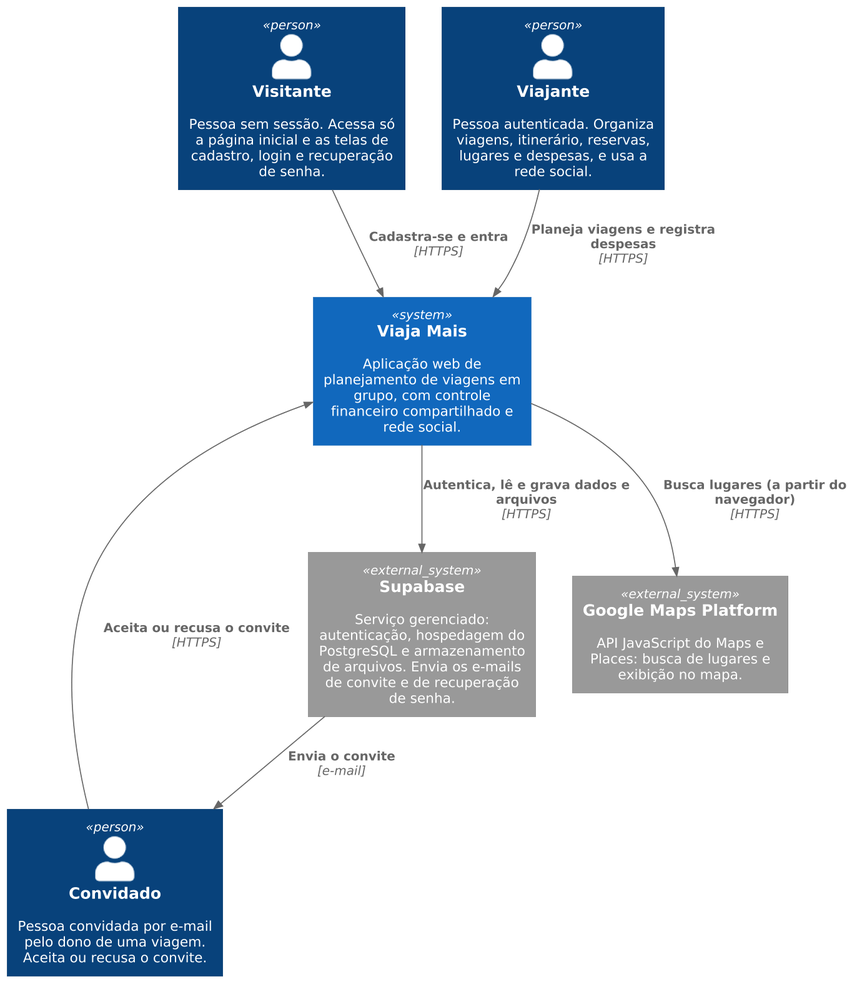
Fernando-Oli/viaja-mais keeps this PlantUML diagram as docs/pfc/diagramas/20-1-c4-contexto.png. Above is the earlier version.
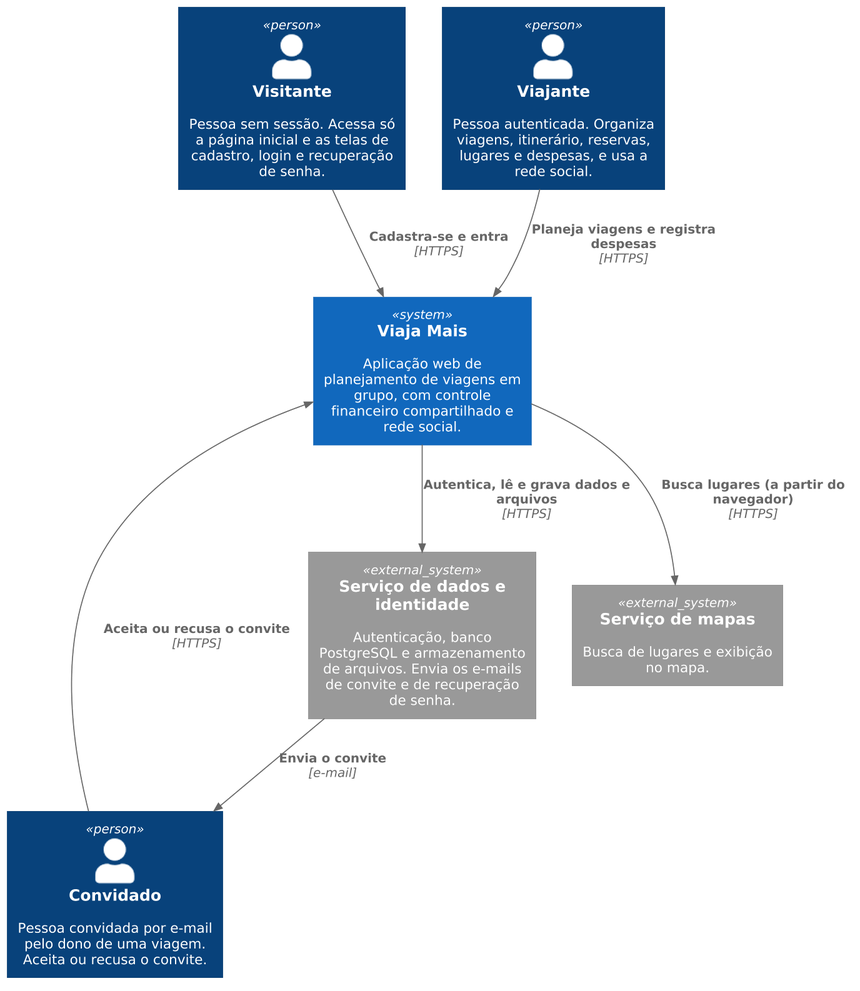
The same diagram one commit later.

What changed in the source:
```diff
@@ -2,6 +2,7 @@
 skinparamlocked dpi 160
 !include _tema.puml
 !include <C4/C4_Context>
+
 
 top to bottom direction
 
@@ -11,15 +12,15 @@
 
 System(viajamais, "Viaja Mais", "Aplicação web de planejamento de viagens em grupo, com controle financeiro compartilhado e rede social.")
 
-System_Ext(supabase, "Supabase", "Serviço gerenciado: autenticação, hospedagem do PostgreSQL e armazenamento de arquivos. Envia os e-mails de convite e de recuperação de senha.")
-System_Ext(maps, "Google Maps Platform", "API JavaScript do Maps e Places: busca de lugares e exibição no mapa.")
+System_Ext(backend, "Serviço de dados e identidade", "Autenticação, banco PostgreSQL e armazenamento de arquivos. Envia os e-mails de convite e de recuperação de senha.")
+System_Ext(mapas, "Serviço de mapas", "Busca de lugares e exibição no mapa.")
 
 Rel(visitante, viajamais, "Cadastra-se e entra", "HTTPS")
 Rel(viajante, viajamais, "Planeja viagens e registra despesas", "HTTPS")
 Rel(convidado, viajamais, "Aceita ou recusa o convite", "HTTPS")
 
-Rel(viajamais, supabase, "Autentica, lê e grava dados e arquivos", "HTTPS")
-Rel(viajamais, maps, "Busca lugares (a partir do navegador)", "HTTPS")
-Rel(supabase, convidado, "Envia o convite", "e-mail")
+Rel(viajamais, backend, "Autentica, lê e grava dados e arquivos", "HTTPS")
+Rel(viajamais, mapas, "Busca lugares (a partir do navegador)", "HTTPS")
+Rel(backend, convidado, "Envia o convite", "e-mail")
 
 @enduml
```
